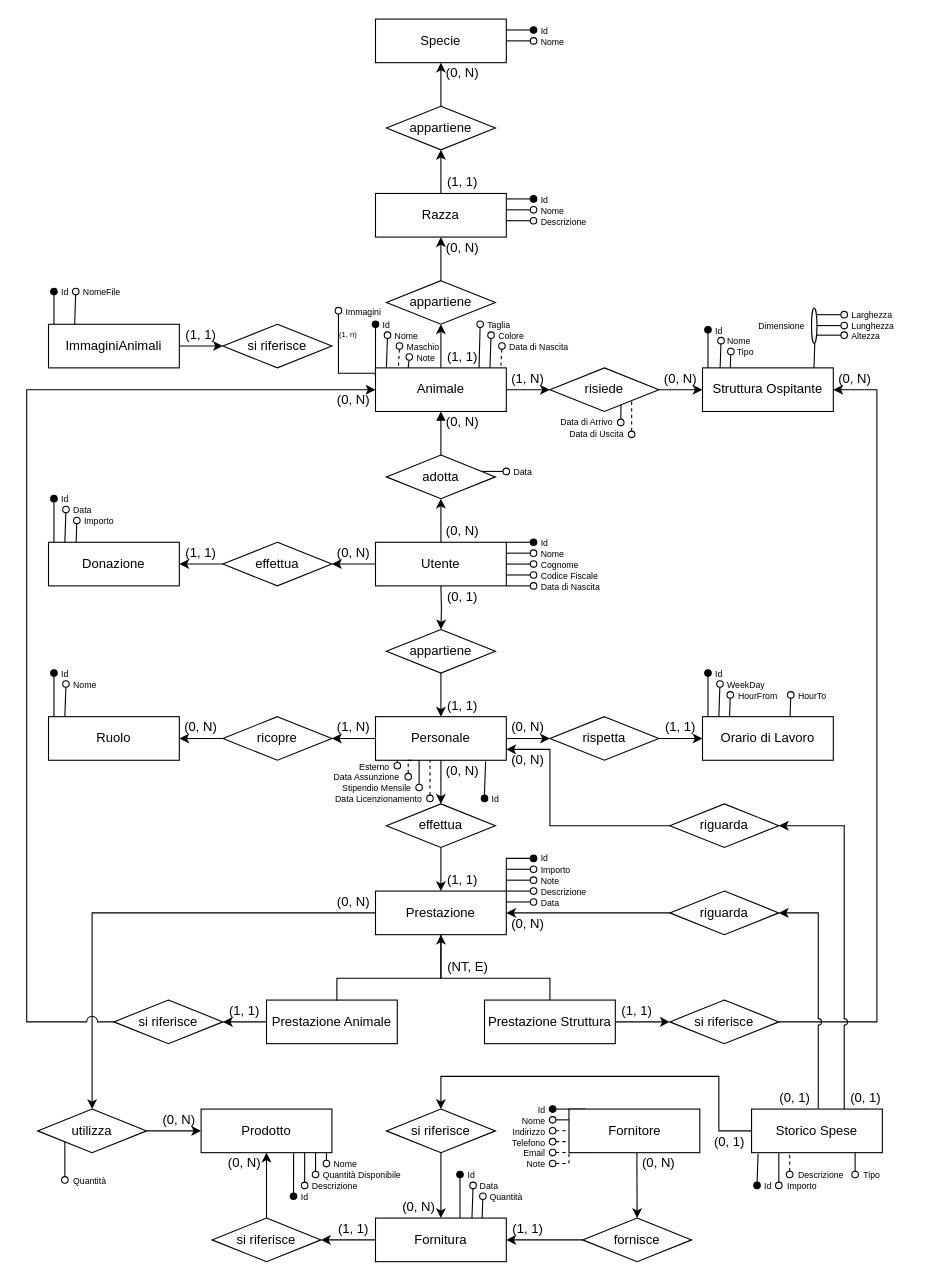
The draw.io diagram 2102 Basi di Dati/project/ER/ER.drawio in MatteoGalletta/university, before the edit. Source tidied: cells renumbered, new cells numbered last; positions are measured from the earlier drawing's top-left corner, leaving out a move shared by most shapes. Both pictures are drawn from the tidied source at 109%, with x=0, y=0 at pixel (26, 19).
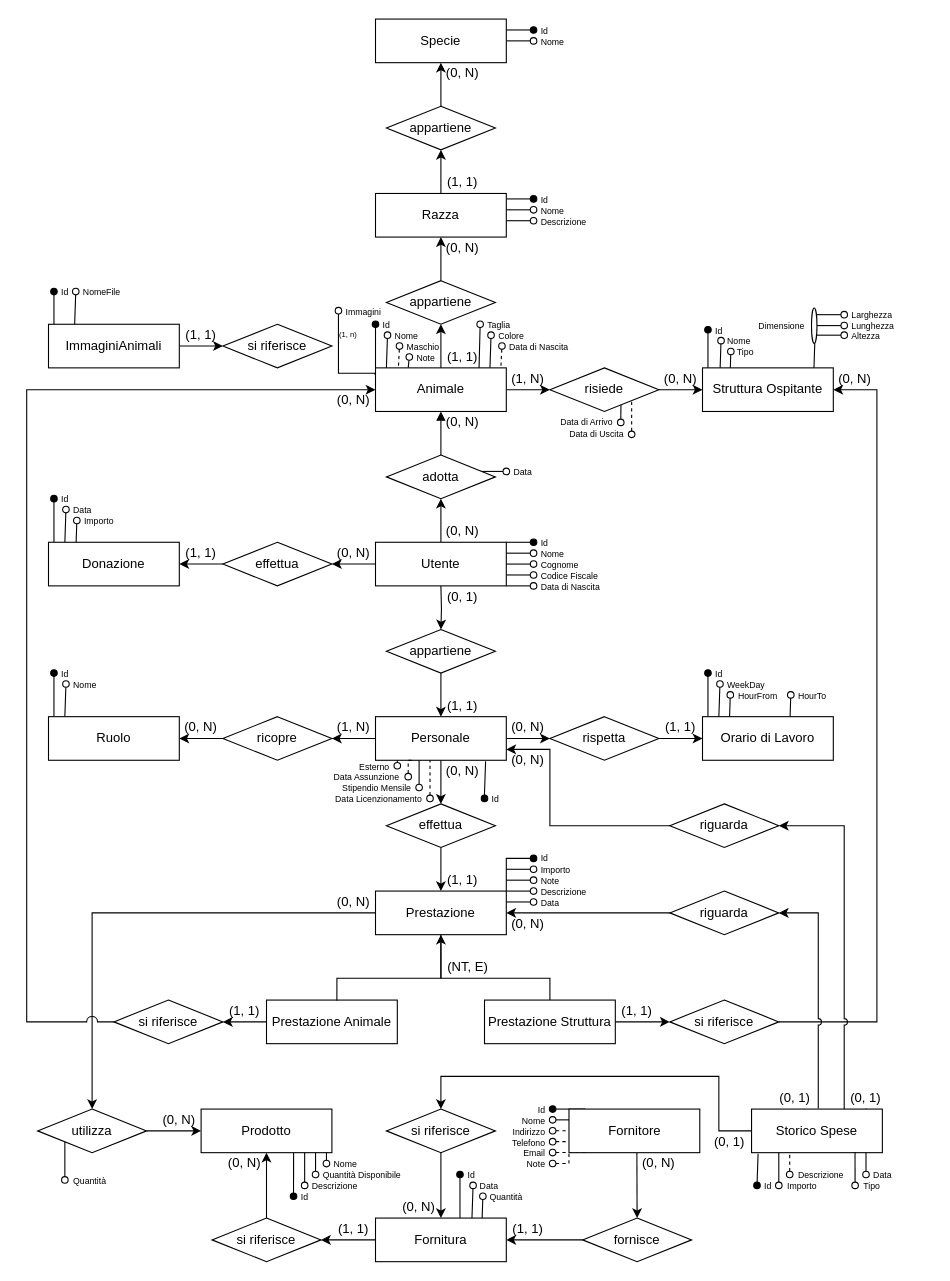
Above is the later version.

The change refers to these unchanged cells:
```xml
<mxCell id="84" value="Storico Spese" style="rounded=0;whiteSpace=wrap;html=1;" parent="66" vertex="1">
  <mxGeometry x="665" y="1000" width="120" height="40" as="geometry" />
</mxCell>
```

Diff of the diagram source:
```diff
@@
-    <mxCell id="105" style="edgeStyle=orthogonalEdgeStyle;rounded=0;orthogonalLoop=1;jettySize=auto;html=1;startArrow=oval;startFill=0;endArrow=none;endFill=0;" parent="89" edge="1">
+    <mxCell id="105" style="edgeStyle=orthogonalEdgeStyle;rounded=0;jettySize=auto;html=1;startArrow=oval;startFill=0;endArrow=none;endFill=0;entryX=0.791;entryY=0.984;entryDx=0;entryDy=0;entryPerimeter=0;" parent="89" edge="1" target="84">
       <mxGeometry relative="1" as="geometry">
-        <mxPoint x="760" y="1060" as="sourcePoint" />
-        <mxPoint x="760" y="1040" as="targetPoint" />
-        <Array as="points">
-          <mxPoint x="760" y="1060" />
-        </Array>
+        <mxPoint x="760" y="1070" as="sourcePoint" />
       </mxGeometry>
     </mxCell>
     <mxCell id="106" value="&lt;font style=&quot;font-size: 8px;&quot;&gt;Tipo&lt;/font&gt;" style="text;html=1;align=left;verticalAlign=middle;whiteSpace=wrap;rounded=0;spacingLeft=5;" parent="89" vertex="1">
-      <mxGeometry x="761" y="1055" width="60" height="10" as="geometry" />
+      <mxGeometry x="761" y="1065" width="60" height="10" as="geometry" />
     </mxCell>
@@
+    <mxCell id="257" value="&lt;font style=&quot;font-size: 8px;&quot;&gt;Data&lt;/font&gt;" style="text;html=1;align=left;verticalAlign=middle;whiteSpace=wrap;rounded=0;spacingLeft=5;" parent="239" vertex="1">
+      <mxGeometry x="770" y="1055" width="60" height="10" as="geometry" />
+    </mxCell>
+    <mxCell id="258" style="edgeStyle=orthogonalEdgeStyle;rounded=0;orthogonalLoop=1;jettySize=auto;html=1;startArrow=oval;startFill=0;endArrow=none;endFill=0;" parent="239" edge="1">
+      <mxGeometry relative="1" as="geometry">
+        <mxPoint x="770" y="1060" as="sourcePoint" />
+        <mxPoint x="770" y="1040" as="targetPoint" />
+        <Array as="points">
+          <mxPoint x="770" y="1060" />
+        </Array>
+      </mxGeometry>
+    </mxCell>
```
